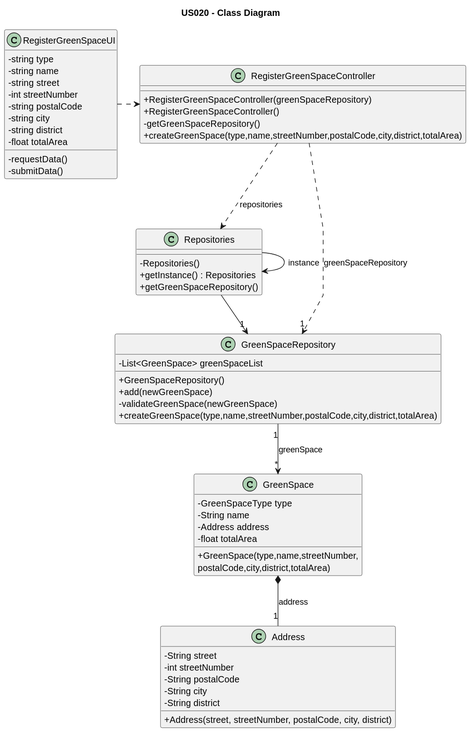
The PlantUML diagram docs/sprintC/us020/03.design/svg/us020-class-diagram.svg in Rui-San/LAPR2_2023_2024, before a commit. The source it was exported from:
```plantuml
@startuml
skinparam packageStyle rectangle
skinparam shadowing false
skinparam linetype polyline

skinparam classAttributeIconSize 0
title US020 - Class Diagram

class GreenSpace {
    - GreenSpaceType type
    - String name
    - Address address
    - float totalArea
    + GreenSpace(type,name,streetNumber,\npostalCode,city,district,totalArea)
}

class GreenSpaceRepository{
    - List<GreenSpace> greenSpaceList

    + GreenSpaceRepository()
    + add(newGreenSpace)
    - validateGreenSpace(newGreenSpace)
    + createGreenSpace(type,name,streetNumber,postalCode,city,district,totalArea)
}

class Repositories {
    - Repositories()
    + getInstance() : Repositories
    + getGreenSpaceRepository()
}

class RegisterGreenSpaceController {

    + RegisterGreenSpaceController(greenSpaceRepository)
    + RegisterGreenSpaceController()
    - getGreenSpaceRepository()
    + createGreenSpace(type,name,streetNumber,postalCode,city,district,totalArea)
}

class RegisterGreenSpaceUI {
    - string type
    - string name
    - string street
    - int streetNumber
    - string postalCode
    - string city
    - string district
    - float totalArea
    - requestData()
    - submitData()
}

class Address{
    - String street
    - int streetNumber
    - String postalCode
    - String city
    - String district
    + Address(street, streetNumber, postalCode, city, district)
}

RegisterGreenSpaceUI .right.> RegisterGreenSpaceController
RegisterGreenSpaceController ..> "1" GreenSpaceRepository : greenSpaceRepository
GreenSpaceRepository "1"-down-> "*" GreenSpace : greenSpace
GreenSpace *--"1" Address : address
RegisterGreenSpaceController ..> Repositories : repositories
Repositories --> "1" GreenSpaceRepository
Repositories -> Repositories : instance
@enduml
```
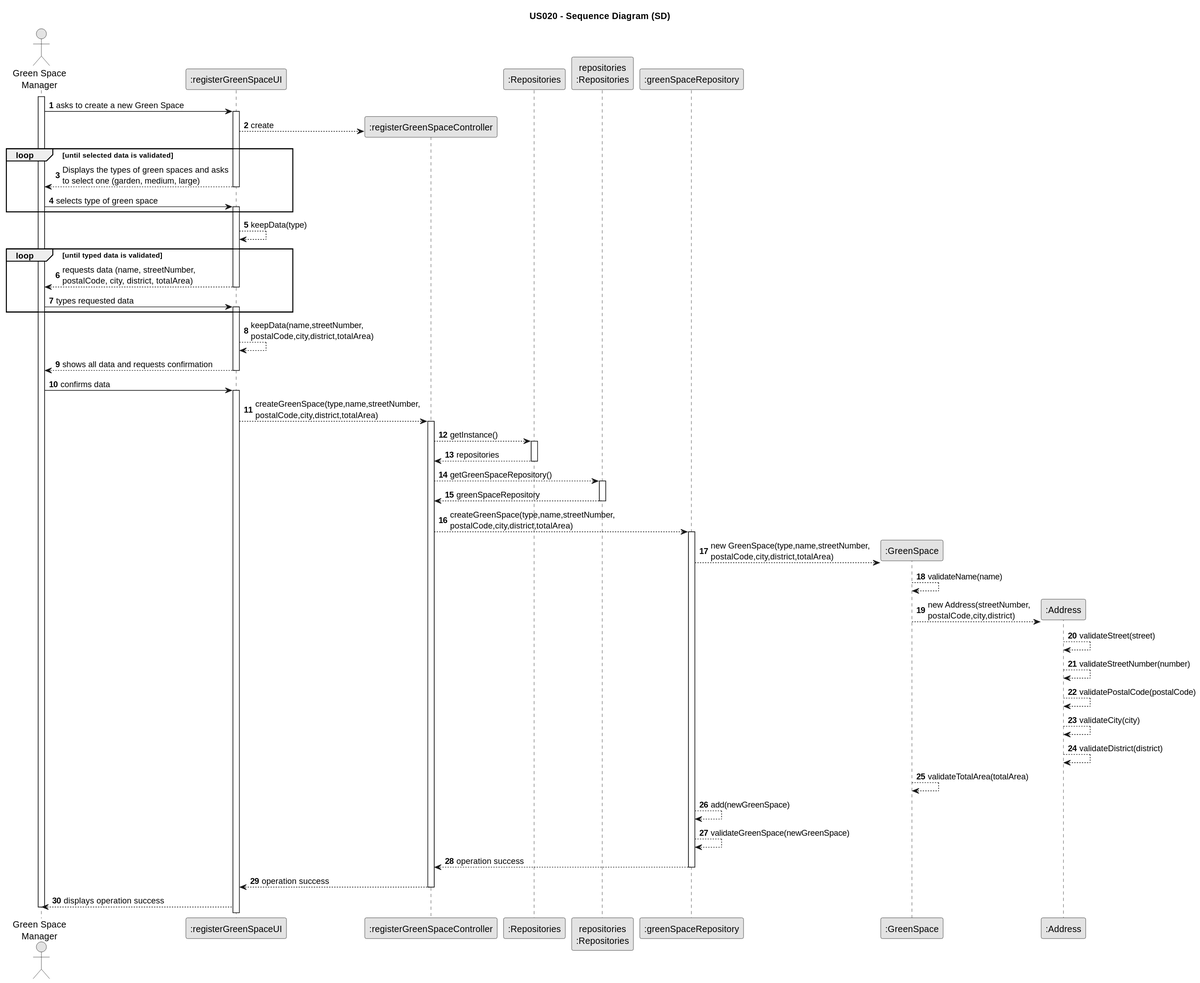
After the commit.

The edit, as a diff of the source:
```diff
@@ -1,69 +1,84 @@
 @startuml
+skinparam monochrome true
 skinparam packageStyle rectangle
 skinparam shadowing false
-skinparam linetype polyline
 
-skinparam classAttributeIconSize 0
-title US020 - Class Diagram
+title US020 - Sequence Diagram (SD)
 
-class GreenSpace {
-    - GreenSpaceType type
-    - String name
-    - Address address
-    - float totalArea
-    + GreenSpace(type,name,streetNumber,\npostalCode,city,district,totalArea)
-}
+autonumber
 
-class GreenSpaceRepository{
-    - List<GreenSpace> greenSpaceList
+actor "Green Space\nManager" as GSM
+participant ":registerGreenSpaceUI" as UI
+participant ":registerGreenSpaceController" as CTRL
+participant ":Repositories" as REPO
+participant "repositories\n:Repositories" as REPOInstance
+participant ":greenSpaceRepository" as GSRepo
+participant ":GreenSpace" as GS
+participant ":Address" as Address
 
-    + GreenSpaceRepository()
-    + add(newGreenSpace)
-    - validateGreenSpace(newGreenSpace)
-    + createGreenSpace(type,name,streetNumber,postalCode,city,district,totalArea)
-}
+activate GSM
 
-class Repositories {
-    - Repositories()
-    + getInstance() : Repositories
-    + getGreenSpaceRepository()
-}
+    GSM -> UI : asks to create a new Green Space
+    activate UI
 
-class RegisterGreenSpaceController {
+        UI --> CTRL** : create
+loop until selected data is validated
+        UI --> GSM : Displays the types of green spaces and asks\nto select one (garden, medium, large)
+    deactivate UI
 
-    + RegisterGreenSpaceController(greenSpaceRepository)
-    + RegisterGreenSpaceController()
-    - getGreenSpaceRepository()
-    + createGreenSpace(type,name,streetNumber,postalCode,city,district,totalArea)
-}
+    GSM -> UI : selects type of green space
+    activate UI
+end loop
+        UI --> UI : keepData(type)
+loop until typed data is validated
+        UI --> GSM : requests data (name, streetNumber,\npostalCode, city, district, totalArea)
+    deactivate UI
 
-class RegisterGreenSpaceUI {
-    - string type
-    - string name
-    - string street
-    - int streetNumber
-    - string postalCode
-    - string city
-    - string district
-    - float totalArea
-    - requestData()
-    - submitData()
-}
+    GSM -> UI : types requested data
+    activate UI
+end loop
+        UI --> UI : keepData(name,streetNumber,\npostalCode,city,district,totalArea)
+        UI --> GSM : shows all data and requests confirmation
+    deactivate UI
 
-class Address{
-    - String street
-    - int streetNumber
-    - String postalCode
-    - String city
-    - String district
-    + Address(street, streetNumber, postalCode, city, district)
-}
+    GSM -> UI : confirms data
+    activate UI
 
-RegisterGreenSpaceUI .right.> RegisterGreenSpaceController
-RegisterGreenSpaceController ..> "1" GreenSpaceRepository : greenSpaceRepository
-GreenSpaceRepository "1"-down-> "*" GreenSpace : greenSpace
-GreenSpace *--"1" Address : address
-RegisterGreenSpaceController ..> Repositories : repositories
-Repositories --> "1" GreenSpaceRepository
-Repositories -> Repositories : instance
+        UI --> CTRL : createGreenSpace(type,name,streetNumber,\npostalCode,city,district,totalArea)
+        activate CTRL
+
+            CTRL --> REPO : getInstance()
+            activate REPO
+
+                REPO --> CTRL : repositories
+            deactivate REPO
+
+            CTRL --> REPOInstance : getGreenSpaceRepository()
+            activate REPOInstance
+
+                REPOInstance --> CTRL : greenSpaceRepository
+            deactivate REPOInstance
+
+            CTRL --> GSRepo : createGreenSpace(type,name,streetNumber,\npostalCode,city,district,totalArea)
+            activate GSRepo
+
+                GSRepo --> GS** : new GreenSpace(type,name,streetNumber,\npostalCode,city,district,totalArea)
+                    GS --> GS : validateName(name)
+                    GS --> Address** : new Address(streetNumber,\npostalCode,city,district)
+                        Address --> Address : validateStreet(street)
+                        Address --> Address : validateStreetNumber(number)
+                        Address --> Address : validatePostalCode(postalCode)
+                        Address --> Address : validateCity(city)
+                        Address --> Address : validateDistrict(district)
+                    GS --> GS : validateTotalArea(totalArea)
+                GSRepo --> GSRepo : add(newGreenSpace)
+                GSRepo --> GSRepo : validateGreenSpace(newGreenSpace)
+                GSRepo --> CTRL : operation success
+            deactivate GSRepo
+
+            CTRL --> UI : operation success
+        deactivate CTRL
+
+        UI --> GSM : displays operation success
+    deactivate GSM
 @enduml
```
